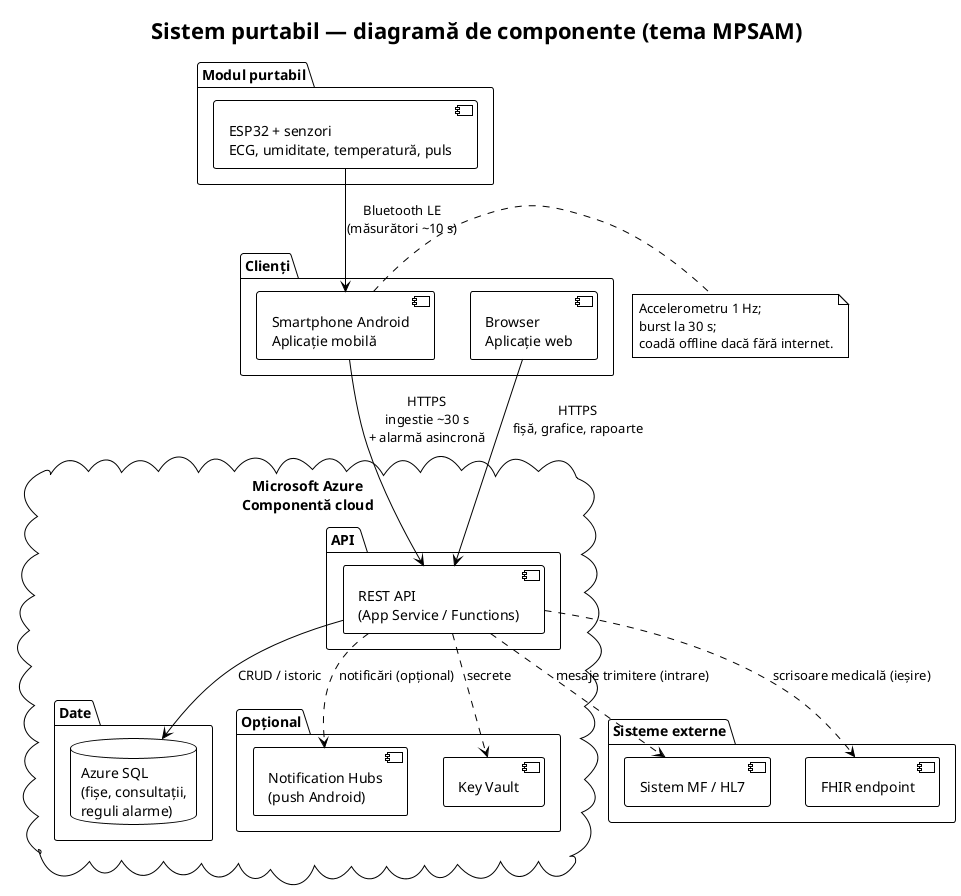
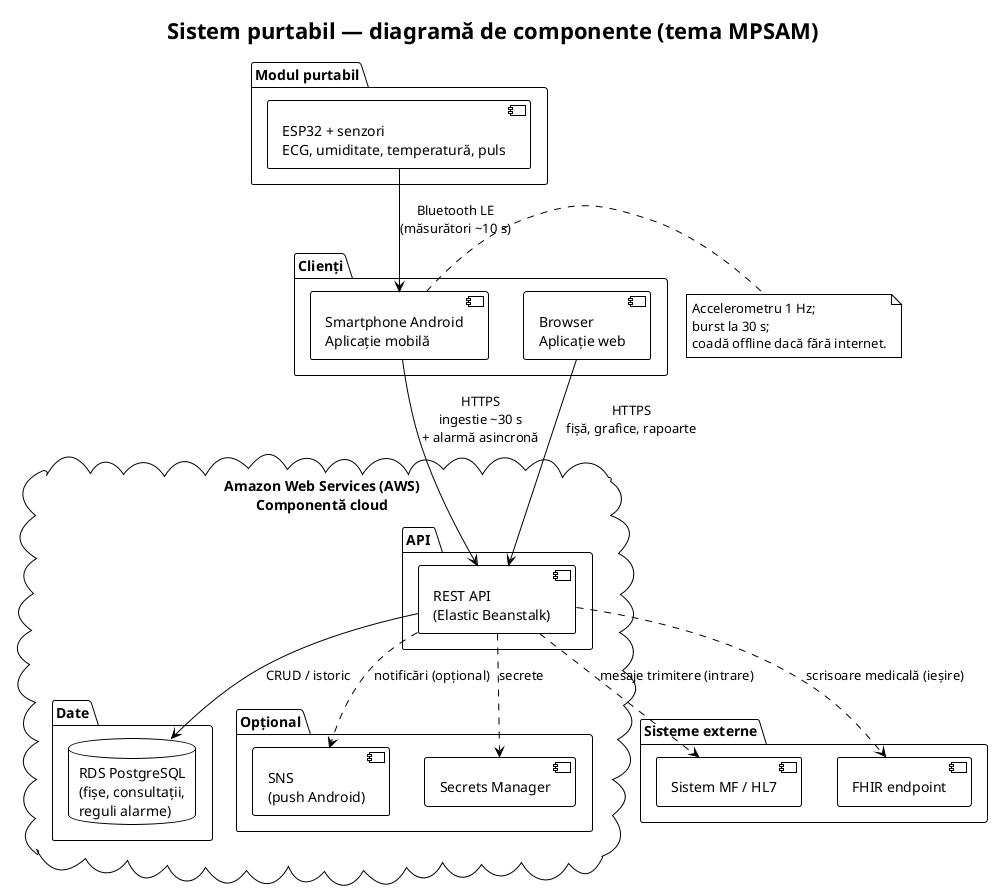
@startuml system-components
!theme plain
title Sistem purtabil — diagramă de componente (tema MPSAM)

package "Clienți" {
  [Browser\nAplicație web] as WEB
  [Smartphone Android\nAplicație mobilă] as MOB
}

package "Modul purtabil" {
  [ESP32 + senzori\nECG, umiditate, temperatură, puls] as ESP
}

- cloud "Microsoft Azure\nComponentă cloud" as AZURE {
+ cloud "Amazon Web Services (AWS)\nComponentă cloud" as AWS {
  package "API " {
-     [REST API\n(App Service / Functions)] as API
+     [REST API\n(Elastic Beanstalk)] as API
  }
  package "Date" {
-     database "Azure SQL\n(fișe, consultații,\nreguli alarme)" as SQL
+     database "RDS PostgreSQL\n(fișe, consultații,\nreguli alarme)" as SQL
  }
  package "Opțional" {
-     [Notification Hubs\n(push Android)] as NH
-     [Key Vault] as KV
+     [SNS\n(push Android)] as SNS
+     [Secrets Manager] as SM
  }
}

package "Sisteme externe" {
  [Sistem MF / HL7] as HL7
  [FHIR endpoint] as FHIR
}

ESP -down-> MOB : Bluetooth LE\n(măsurători ~10 s)
MOB -down-> API : HTTPS\ningestie ~30 s\n+ alarmă asincronă
WEB -down-> API : HTTPS\nfișă, grafice, rapoarte
API -down-> SQL : CRUD / istoric
- API ..> NH : notificări (opțional)
- API ..> KV : secrete
+ API ..> SNS : notificări (opțional)
+ API ..> SM : secrete
API ..> HL7 : mesaje trimitere (intrare)
API ..> FHIR : scrisoare medicală (ieșire)

note right of MOB
  Accelerometru 1 Hz;
  burst la 30 s;
  coadă offline dacă fără internet.
end note

@enduml
